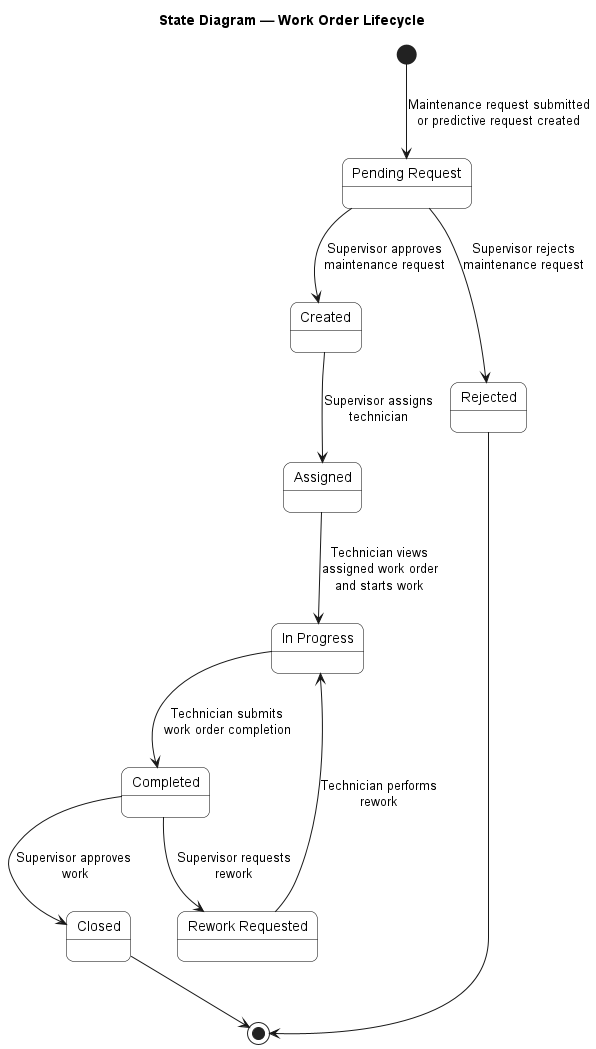
xalameen8633-dotcom/Software-engineering-project keeps this PlantUML diagram as uml/Behavior/state_diagram.png. Above is the earlier version.
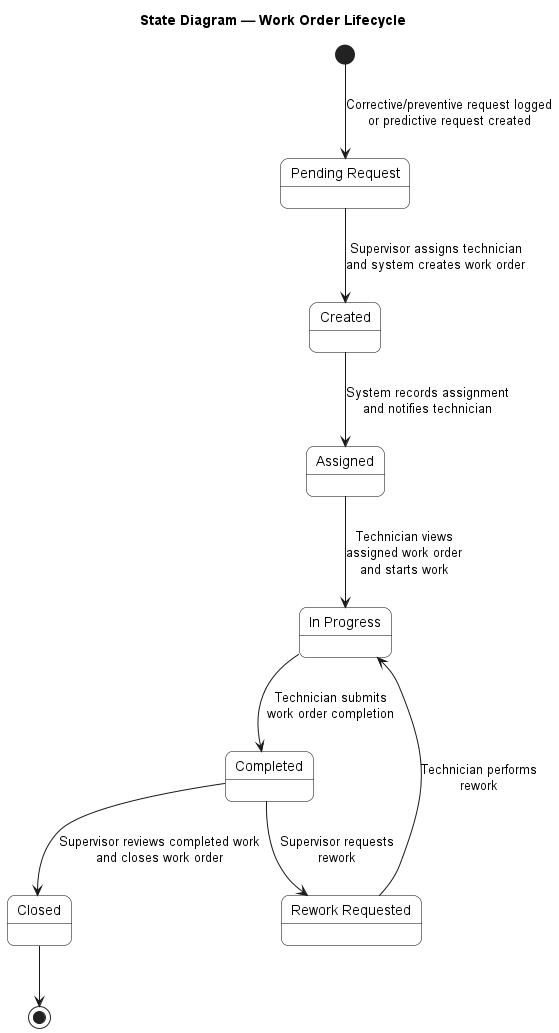
Above is the later version.

The edit, as a diff of the source:
```diff
@@ -9,25 +9,23 @@
     FontColor Black
 }
 
-[*] --> Pending_Request : Maintenance request submitted\nor predictive request created
+[*] --> Pending_Request : Corrective/preventive request logged\nor predictive request created
 
-Pending_Request --> Created : Supervisor approves\nmaintenance request
-Pending_Request --> Rejected : Supervisor rejects\nmaintenance request
+Pending_Request --> Created : Supervisor assigns technician\nand system creates work order
 
-Created --> Assigned : Supervisor assigns\ntechnician
+Created --> Assigned : System records assignment\nand notifies technician
 
 Assigned --> In_Progress : Technician views\nassigned work order\nand starts work
 
 In_Progress --> Completed : Technician submits\nwork order completion
 
-Completed --> Closed : Supervisor approves \nwork
+Completed --> Closed : Supervisor reviews completed work\nand closes work order
 
 Completed --> Rework_Requested : Supervisor requests\nrework
 
 Rework_Requested --> In_Progress : Technician performs\nrework
 
 Closed --> [*]
-Rejected --> [*]
 
 state "Pending Request" as Pending_Request
 state "In Progress" as In_Progress
```
